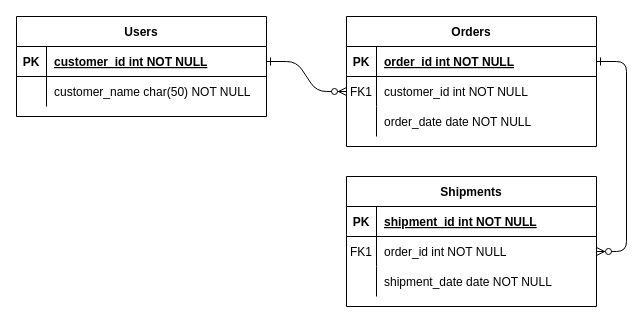
The draw.io diagram Documentação/Diagrama sem nome.drawio in MarcusCaixeta/TaskHub, before the edit. Source tidied: cells renumbered, new cells numbered last; positions are measured from the earlier drawing's top-left corner, leaving out a move shared by most shapes. Both pictures are drawn from the tidied source at 100%, with x=0, y=0 at pixel (16, 16).
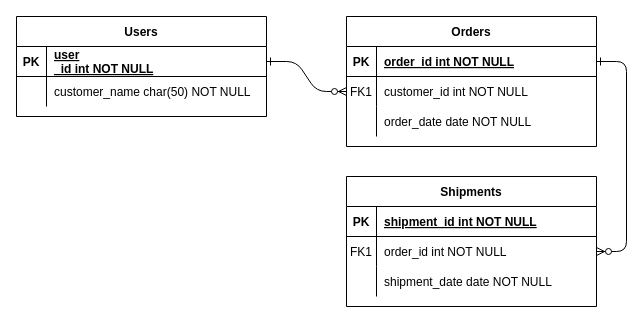
The same diagram, later.

Unchanged cells that the change refers to:
```xml
<mxCell id="25" style="shape=partialRectangle;fillColor=none;points=[[0,0.5],[1,0.5]];portConstraint=eastwest;top=0;left=0;right=0;bottom=1;" parent="24" vertex="1">
  <mxGeometry y="30" width="250" height="30" as="geometry" />
</mxCell>
```

Change to the diagram source:
```diff
@@
-    <mxCell id="27" value="customer_id int NOT NULL " style="shape=partialRectangle;overflow=hidden;fillColor=none;top=0;left=0;bottom=0;right=0;align=left;spacingLeft=6;fontStyle=5;" parent="25" vertex="1">
+    <mxCell id="27" value="user&#10;_id int NOT NULL " style="shape=partialRectangle;overflow=hidden;fillColor=none;top=0;left=0;bottom=0;right=0;align=left;spacingLeft=6;fontStyle=5;" parent="25" vertex="1">
       <mxGeometry x="30" width="220" height="30" as="geometry" />
     </mxCell>
```
